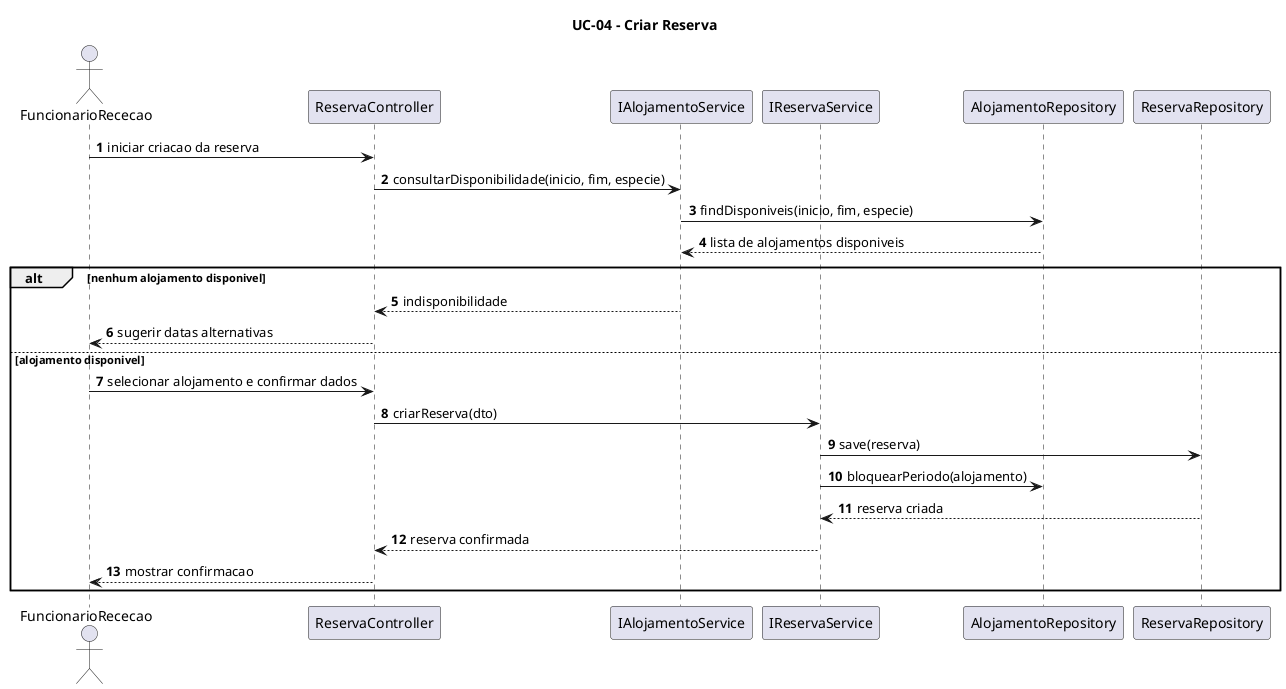
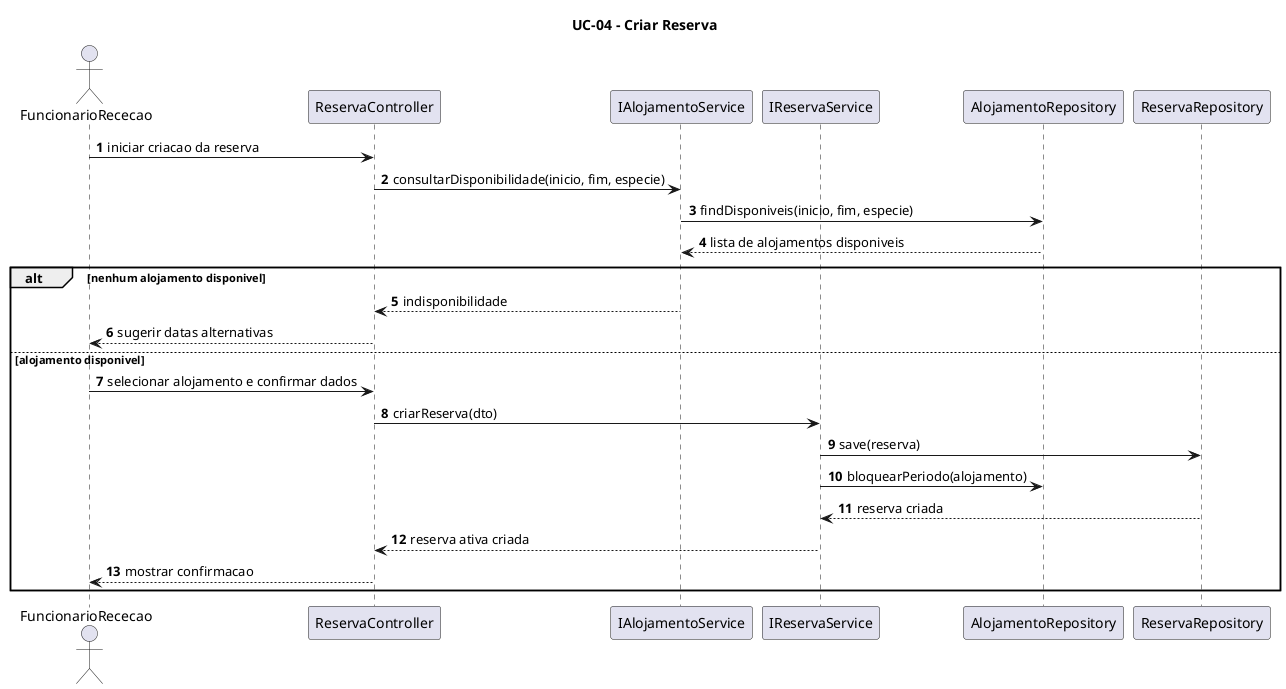
@startuml UC-04
title UC-04 - Criar Reserva

autonumber
actor FuncionarioRececao
participant ReservaController
participant IAlojamentoService
participant IReservaService
participant AlojamentoRepository
participant ReservaRepository

FuncionarioRececao -> ReservaController : iniciar criacao da reserva
ReservaController -> IAlojamentoService : consultarDisponibilidade(inicio, fim, especie)
IAlojamentoService -> AlojamentoRepository : findDisponiveis(inicio, fim, especie)
AlojamentoRepository --> IAlojamentoService : lista de alojamentos disponiveis

alt nenhum alojamento disponivel
  IAlojamentoService --> ReservaController : indisponibilidade
  ReservaController --> FuncionarioRececao : sugerir datas alternativas
else alojamento disponivel
  FuncionarioRececao -> ReservaController : selecionar alojamento e confirmar dados
  ReservaController -> IReservaService : criarReserva(dto)
  IReservaService -> ReservaRepository : save(reserva)
  IReservaService -> AlojamentoRepository : bloquearPeriodo(alojamento)
  ReservaRepository --> IReservaService : reserva criada
-   IReservaService --> ReservaController : reserva confirmada
+   IReservaService --> ReservaController : reserva ativa criada
  ReservaController --> FuncionarioRececao : mostrar confirmacao
end

- @enduml+ @enduml
